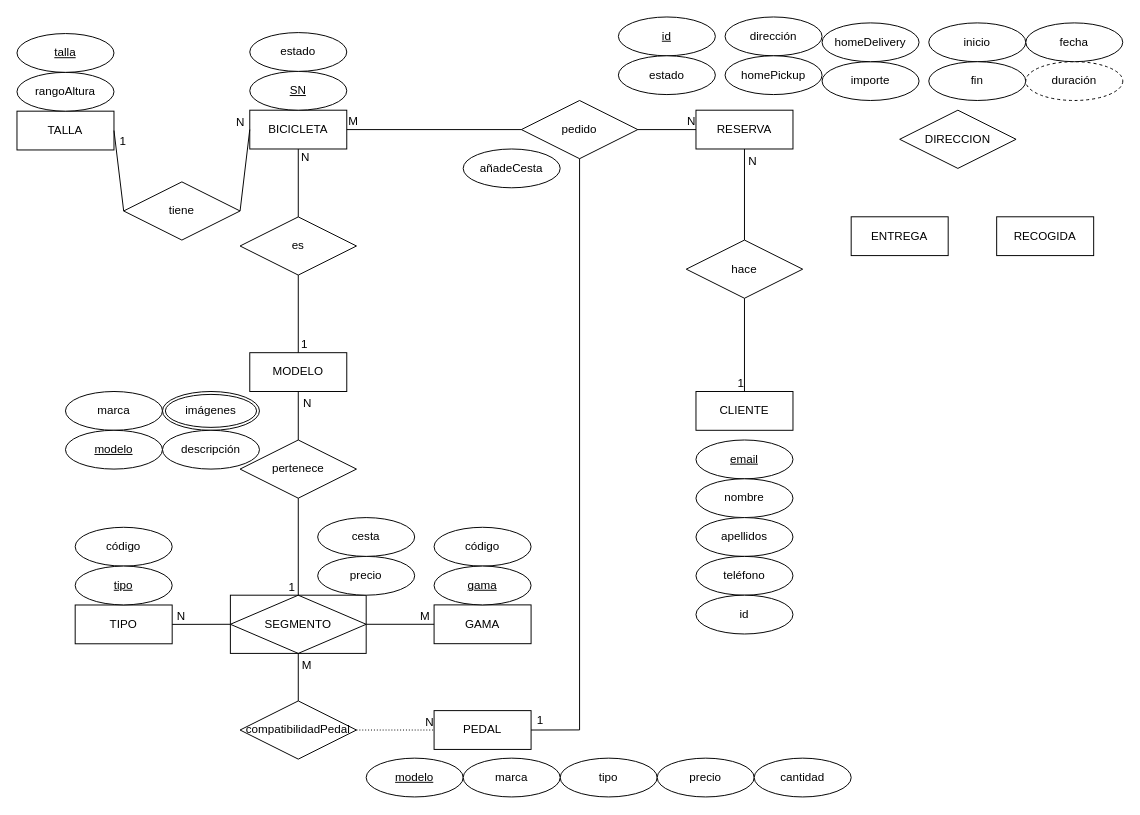
The draw.io diagram eRModel.drawio in ManuelSdev/new_conil_bikes, before the edit. Source tidied: cells renumbered, new cells numbered last; positions are measured from the earlier drawing's top-left corner, leaving out a move shared by most shapes. Both pictures are drawn from the tidied source at 97%, with x=0, y=0 at pixel (16, 16).
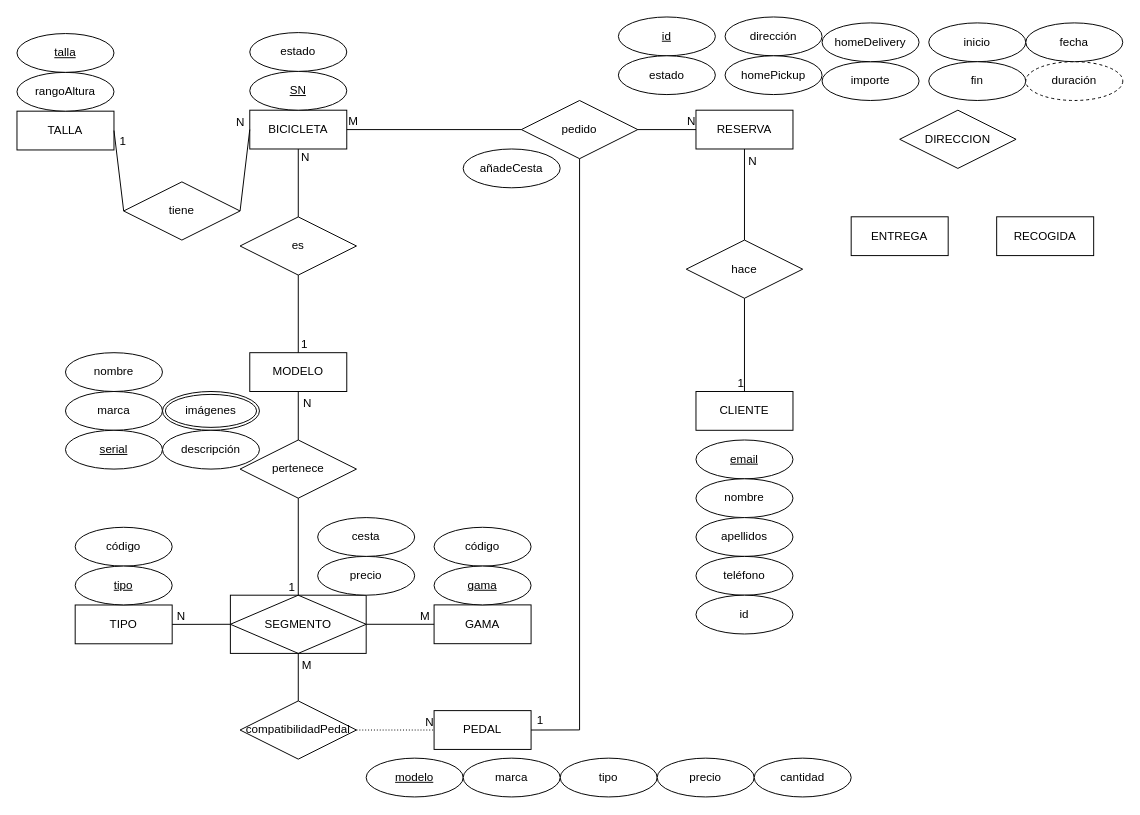
After the change.

Change to the diagram source:
```diff
@@
-    <mxCell id="62" value="modelo" style="ellipse;whiteSpace=wrap;html=1;align=center;fontStyle=4;" parent="1" vertex="1">
+    <mxCell id="62" value="serial" style="ellipse;whiteSpace=wrap;html=1;align=center;fontStyle=4;" parent="1" vertex="1">
       <mxGeometry x="50" y="426.1" width="100" height="40" as="geometry" />
     </mxCell>
@@
+    <mxCell id="85" value="nombre" style="ellipse;whiteSpace=wrap;html=1;align=center;" parent="1" vertex="1">
+      <mxGeometry x="50" y="346.1" width="100" height="40" as="geometry" />
+    </mxCell>
```
